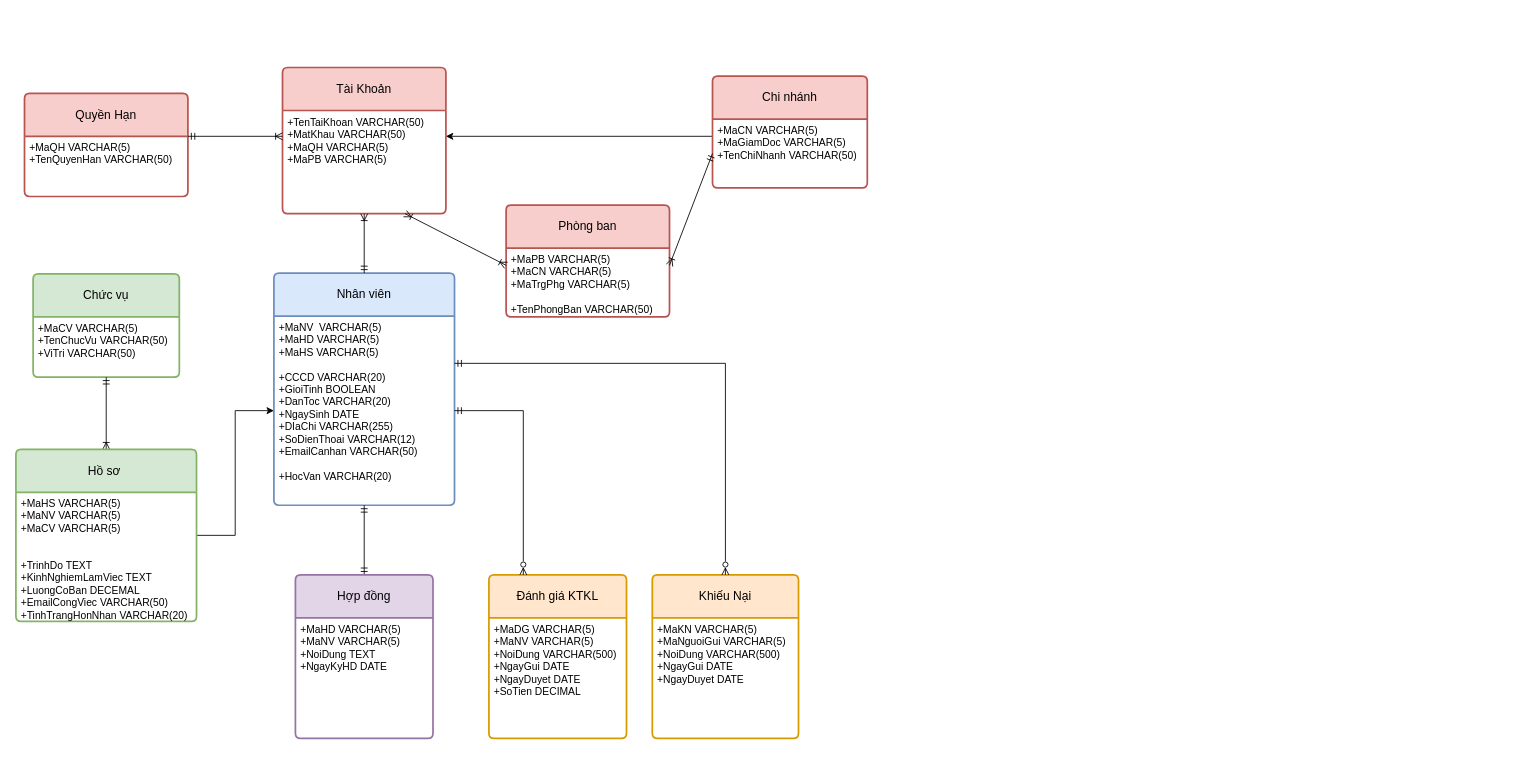
Before: Untitled Diagram.drawio in dunkvippro/Quanlythuexe, a draw.io diagram. Source tidied: cells renumbered, new cells numbered last; positions are measured from the earlier drawing's top-left corner, leaving out a move shared by most shapes. Both pictures are drawn from the tidied source at 86%, with x=0, y=0 at pixel (15, 67).
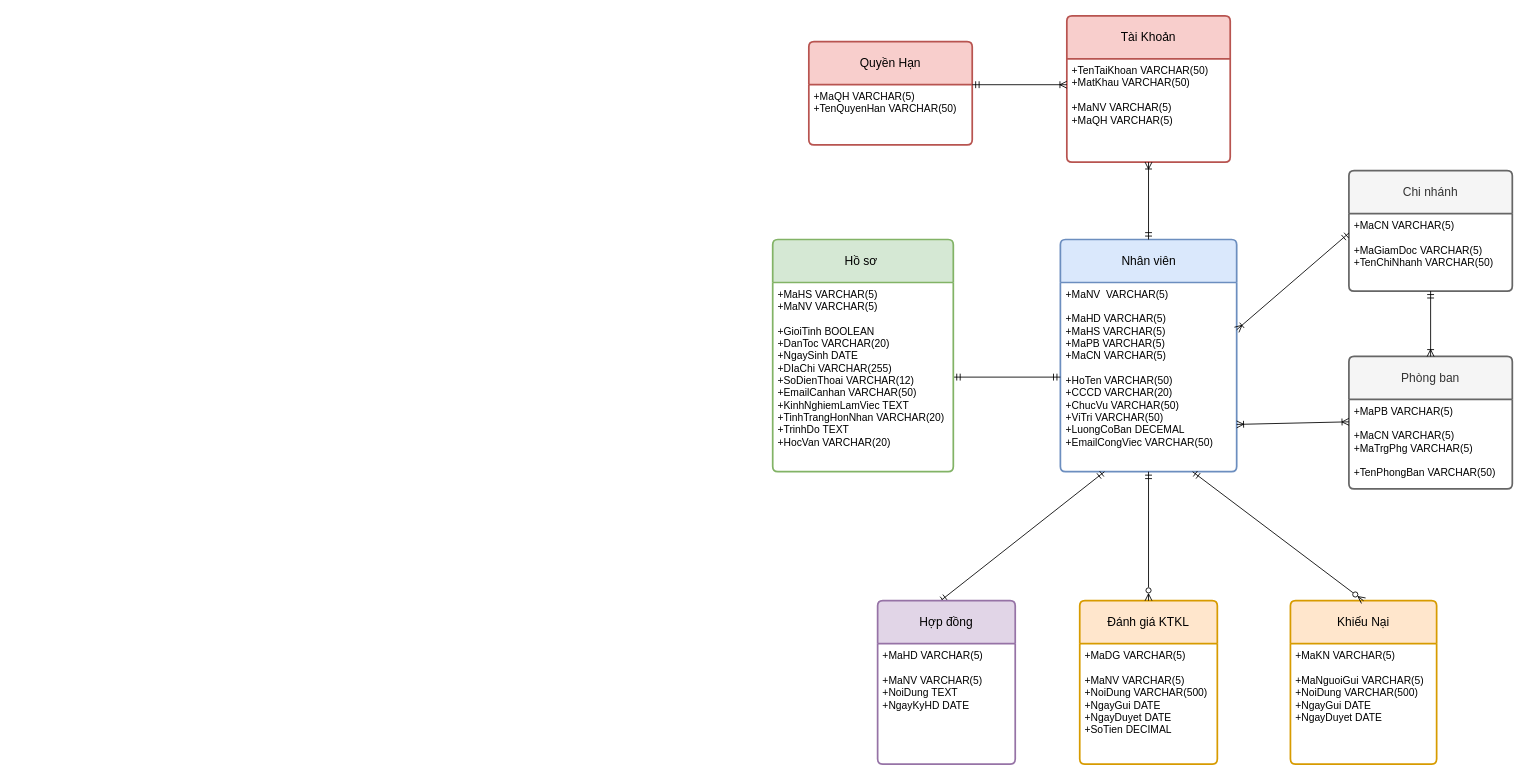
The same page after the edit.

Change to the diagram source:
```diff
@@
     <mxCell id="2" value="Tài Khoản" style="swimlane;horizontal=1;startSize=50;rounded=1;fontSize=14;fontStyle=0;strokeWidth=2;shadow=0;dashed=0;align=center;arcSize=4;whiteSpace=wrap;html=1;fillColor=#f8cecc;strokeColor=#b85450;" parent="1" vertex="1">
-      <mxGeometry x="310" width="190" height="170" as="geometry" />
+      <mxGeometry x="1222" y="-60" width="190" height="170" as="geometry" />
     </mxCell>
-    <mxCell id="3" value="+TenTaiKhoan VARCHAR(50)&lt;br&gt;+MatKhau VARCHAR(50)&lt;br&gt;+MaQH VARCHAR(5)&lt;br&gt;+MaPB VARCHAR(5)" style="align=left;strokeColor=none;fillColor=none;spacingLeft=4;fontSize=12;verticalAlign=top;html=1;" parent="2" vertex="1">
+    <mxCell id="3" value="+TenTaiKhoan VARCHAR(50)&lt;br&gt;+MatKhau VARCHAR(50)&lt;br&gt;&lt;br&gt;+MaNV VARCHAR(5)&lt;br&gt;+MaQH VARCHAR(5)" style="align=left;strokeColor=none;fillColor=none;spacingLeft=4;fontSize=12;verticalAlign=top;html=1;" parent="2" vertex="1">
       <mxGeometry y="50" width="190" height="120" as="geometry" />
     </mxCell>
     <mxCell id="4" value="Quyền Hạn" style="swimlane;horizontal=1;startSize=50;rounded=1;fontSize=14;fontStyle=0;strokeWidth=2;shadow=0;dashed=0;align=center;arcSize=4;whiteSpace=wrap;html=1;fillColor=#f8cecc;strokeColor=#b85450;" parent="1" vertex="1">
-      <mxGeometry x="10" y="30" width="190" height="120" as="geometry" />
+      <mxGeometry x="922" y="-30" width="190" height="120" as="geometry" />
     </mxCell>
@@
     <mxCell id="7" value="Nhân viên" style="swimlane;horizontal=1;startSize=50;rounded=1;fontSize=14;fontStyle=0;strokeWidth=2;shadow=0;dashed=0;align=center;arcSize=4;whiteSpace=wrap;html=1;fillColor=#dae8fc;strokeColor=#6c8ebf;" parent="1" vertex="1">
-      <mxGeometry x="300" y="239" width="210" height="270" as="geometry" />
+      <mxGeometry x="1214.5" y="200" width="205" height="270" as="geometry" />
     </mxCell>
-    <mxCell id="8" value="+MaNV&amp;nbsp; VARCHAR(5)&lt;br&gt;+MaHD VARCHAR(5)&lt;br&gt;+MaHS VARCHAR(5)&lt;br&gt;&lt;br&gt;+CCCD VARCHAR(20)&lt;br&gt;+GioiTinh BOOLEAN&lt;br&gt;+DanToc VARCHAR(20)&lt;br&gt;+NgaySinh DATE&lt;br&gt;+DIaChi VARCHAR(255)&lt;br&gt;+SoDienThoai VARCHAR(12)&lt;br&gt;+EmailCanhan VARCHAR(50)&lt;br&gt;&lt;br&gt;+HocVan VARCHAR(20)" style="align=left;strokeColor=none;fillColor=none;spacingLeft=4;fontSize=12;verticalAlign=top;html=1;" parent="7" vertex="1">
-      <mxGeometry y="50" width="210" height="220" as="geometry" />
+    <mxCell id="8" value="+MaNV&amp;nbsp; VARCHAR(5)&lt;br&gt;&lt;br&gt;+MaHD VARCHAR(5)&lt;br&gt;+MaHS VARCHAR(5)&lt;br&gt;+MaPB VARCHAR(5)&lt;br&gt;+MaCN VARCHAR(5)&lt;br&gt;&lt;br&gt;+HoTen VARCHAR(50)&lt;br&gt;+CCCD VARCHAR(20)&lt;br&gt;+ChucVu VARCHAR(50)&lt;br style=&quot;border-color: var(--border-color);&quot;&gt;+ViTri VARCHAR(50)&lt;br&gt;+LuongCoBan DECEMAL&lt;br style=&quot;border-color: var(--border-color);&quot;&gt;+EmailCongViec VARCHAR(50)" style="align=left;strokeColor=none;fillColor=none;spacingLeft=4;fontSize=12;verticalAlign=top;html=1;" parent="7" vertex="1">
+      <mxGeometry y="50" width="205" height="220" as="geometry" />
     </mxCell>
-    <mxCell id="9" value="Phòng ban" style="swimlane;horizontal=1;startSize=50;rounded=1;fontSize=14;fontStyle=0;strokeWidth=2;shadow=0;dashed=0;align=center;arcSize=4;whiteSpace=wrap;html=1;fillColor=#f8cecc;strokeColor=#b85450;" parent="1" vertex="1">
-      <mxGeometry x="570" y="160" width="190" height="130" as="geometry" />
+    <mxCell id="9" value="Phòng ban" style="swimlane;horizontal=1;startSize=50;rounded=1;fontSize=14;fontStyle=0;strokeWidth=2;shadow=0;dashed=0;align=center;arcSize=4;whiteSpace=wrap;html=1;fillColor=#f5f5f5;strokeColor=#666666;fontColor=#333333;" parent="1" vertex="1">
+      <mxGeometry x="1550" y="336" width="190" height="154" as="geometry" />
     </mxCell>
-    <mxCell id="10" value="+MaPB VARCHAR(5)&lt;br&gt;+MaCN VARCHAR(5)&lt;br&gt;+MaTrgPhg VARCHAR(5)&lt;br&gt;&lt;br&gt;+TenPhongBan VARCHAR(50)" style="align=left;strokeColor=none;fillColor=none;spacingLeft=4;fontSize=12;verticalAlign=top;html=1;" parent="9" vertex="1">
-      <mxGeometry y="50" width="190" height="80" as="geometry" />
+    <mxCell id="10" value="+MaPB VARCHAR(5)&lt;br&gt;&lt;br&gt;+MaCN VARCHAR(5)&lt;br&gt;+MaTrgPhg VARCHAR(5)&lt;br&gt;&lt;br&gt;+TenPhongBan VARCHAR(50)" style="align=left;strokeColor=none;fillColor=none;spacingLeft=4;fontSize=12;verticalAlign=top;html=1;" parent="9" vertex="1">
+      <mxGeometry y="50" width="190" height="104" as="geometry" />
     </mxCell>
-    <mxCell id="11" style="rounded=0;jettySize=auto;html=1;entryX=1;entryY=0.25;entryDx=0;entryDy=0;exitX=0;exitY=0.25;exitDx=0;exitDy=0;" parent="1" edge="1" source="13" target="3">
-      <mxGeometry relative="1" as="geometry" />
-    </mxCell>
-    <mxCell id="12" value="Chi nhánh" style="swimlane;horizontal=1;startSize=50;rounded=1;fontSize=14;fontStyle=0;strokeWidth=2;shadow=0;dashed=0;align=center;arcSize=4;whiteSpace=wrap;html=1;fillColor=#f8cecc;strokeColor=#b85450;" parent="1" vertex="1">
-      <mxGeometry x="810" y="10" width="180" height="130" as="geometry" />
+    <mxCell id="12" value="Chi nhánh" style="swimlane;horizontal=1;startSize=50;rounded=1;fontSize=14;fontStyle=0;strokeWidth=2;shadow=0;dashed=0;align=center;arcSize=4;whiteSpace=wrap;html=1;fillColor=#f5f5f5;strokeColor=#666666;fontColor=#333333;" parent="1" vertex="1">
+      <mxGeometry x="1550" y="120" width="190" height="140" as="geometry" />
     </mxCell>
-    <mxCell id="13" value="+MaCN VARCHAR(5)&lt;br&gt;+MaGiamDoc VARCHAR(5)&lt;br&gt;+TenChiNhanh VARCHAR(50)" style="align=left;strokeColor=none;fillColor=none;spacingLeft=4;fontSize=12;verticalAlign=top;html=1;" parent="12" vertex="1">
-      <mxGeometry y="50" width="180" height="80" as="geometry" />
+    <mxCell id="13" value="+MaCN VARCHAR(5)&lt;br&gt;&lt;br&gt;+MaGiamDoc VARCHAR(5)&lt;br&gt;+TenChiNhanh VARCHAR(50)" style="align=left;strokeColor=none;fillColor=none;spacingLeft=4;fontSize=12;verticalAlign=top;html=1;" parent="12" vertex="1">
+      <mxGeometry y="50" width="190" height="90" as="geometry" />
     </mxCell>
-    <mxCell id="14" value="Chức vụ" style="swimlane;horizontal=1;startSize=50;rounded=1;fontSize=14;fontStyle=0;strokeWidth=2;shadow=0;dashed=0;align=center;arcSize=4;whiteSpace=wrap;html=1;fillColor=#d5e8d4;strokeColor=#82b366;" parent="1" vertex="1">
-      <mxGeometry x="20" y="240" width="170" height="120" as="geometry" />
-    </mxCell>
-    <mxCell id="15" value="+MaCV VARCHAR(5)&lt;br&gt;+TenChucVu VARCHAR(50)&lt;br&gt;+ViTri VARCHAR(50)" style="align=left;strokeColor=none;fillColor=none;spacingLeft=4;fontSize=12;verticalAlign=top;html=1;" parent="14" vertex="1">
-      <mxGeometry y="50" width="170" height="70" as="geometry" />
-    </mxCell>
     <mxCell id="16" value="Đánh giá KTKL" style="swimlane;horizontal=1;startSize=50;rounded=1;fontSize=14;fontStyle=0;strokeWidth=2;shadow=0;dashed=0;align=center;arcSize=4;whiteSpace=wrap;html=1;fillColor=#ffe6cc;strokeColor=#d79b00;" parent="1" vertex="1">
-      <mxGeometry x="550" y="590" width="160" height="190" as="geometry" />
+      <mxGeometry x="1237" y="620" width="160" height="190" as="geometry" />
     </mxCell>
-    <mxCell id="17" value="+MaDG VARCHAR(5)&lt;br&gt;+MaNV VARCHAR(5)&lt;br&gt;+NoiDung VARCHAR(500)&lt;br&gt;+NgayGui DATE&lt;br&gt;+NgayDuyet DATE&lt;br&gt;+SoTien DECIMAL" style="align=left;strokeColor=none;fillColor=none;spacingLeft=4;fontSize=12;verticalAlign=top;html=1;" parent="16" vertex="1">
+    <mxCell id="17" value="+MaDG VARCHAR(5)&lt;br&gt;&lt;br&gt;+MaNV VARCHAR(5)&lt;br&gt;+NoiDung VARCHAR(500)&lt;br&gt;+NgayGui DATE&lt;br&gt;+NgayDuyet DATE&lt;br&gt;+SoTien DECIMAL" style="align=left;strokeColor=none;fillColor=none;spacingLeft=4;fontSize=12;verticalAlign=top;html=1;" parent="16" vertex="1">
       <mxGeometry y="50" width="160" height="140" as="geometry" />
     </mxCell>
     <mxCell id="18" value="Khiếu Nại" style="swimlane;horizontal=1;startSize=50;rounded=1;fontSize=14;fontStyle=0;strokeWidth=2;shadow=0;dashed=0;align=center;arcSize=4;whiteSpace=wrap;html=1;fillColor=#ffe6cc;strokeColor=#d79b00;" parent="1" vertex="1">
-      <mxGeometry x="740" y="590" width="170" height="190" as="geometry" />
+      <mxGeometry x="1482" y="620" width="170" height="190" as="geometry" />
     </mxCell>
-    <mxCell id="19" value="+MaKN VARCHAR(5)&lt;br&gt;+MaNguoiGui VARCHAR(5)&lt;br&gt;+NoiDung VARCHAR(500)&lt;br&gt;+NgayGui DATE&lt;br&gt;+NgayDuyet DATE" style="align=left;strokeColor=none;fillColor=none;spacingLeft=4;fontSize=12;verticalAlign=top;html=1;" parent="18" vertex="1">
+    <mxCell id="19" value="+MaKN VARCHAR(5)&lt;br&gt;&lt;br&gt;+MaNguoiGui VARCHAR(5)&lt;br&gt;+NoiDung VARCHAR(500)&lt;br&gt;+NgayGui DATE&lt;br&gt;+NgayDuyet DATE" style="align=left;strokeColor=none;fillColor=none;spacingLeft=4;fontSize=12;verticalAlign=top;html=1;" parent="18" vertex="1">
       <mxGeometry y="50" width="170" height="140" as="geometry" />
     </mxCell>
-    <mxCell id="20" style="fontSize=12;html=1;endArrow=ERmandOne;startArrow=ERoneToMany;rounded=0;entryX=0;entryY=0.5;entryDx=0;entryDy=0;exitX=1;exitY=0.25;exitDx=0;exitDy=0;endFill=0;startFill=0;" parent="1" edge="1" source="10" target="13">
+    <mxCell id="20" style="fontSize=12;html=1;endArrow=ERmandOne;startArrow=ERoneToMany;rounded=0;entryX=0.5;entryY=1;entryDx=0;entryDy=0;exitX=0.5;exitY=0;exitDx=0;exitDy=0;endFill=0;startFill=0;" parent="1" edge="1" source="9" target="13">
       <mxGeometry relative="1" as="geometry" />
     </mxCell>
-    <mxCell id="21" style="fontSize=12;html=1;endArrow=ERoneToMany;startArrow=ERmandOne;rounded=0;entryX=0.5;entryY=0;entryDx=0;entryDy=0;exitX=0.5;exitY=1;exitDx=0;exitDy=0;endFill=0;" parent="1" edge="1" source="15" target="27">
-      <mxGeometry relative="1" as="geometry" />
-    </mxCell>
@@
-    <mxCell id="23" style="fontSize=12;html=1;endArrow=ERoneToMany;startArrow=ERoneToMany;rounded=0;entryX=0;entryY=0.25;entryDx=0;entryDy=0;endFill=0;startFill=0;exitX=0.75;exitY=1;exitDx=0;exitDy=0;" parent="1" edge="1" source="3" target="10">
+    <mxCell id="23" style="fontSize=12;html=1;endArrow=ERoneToMany;startArrow=ERoneToMany;rounded=0;entryX=0;entryY=0.25;entryDx=0;entryDy=0;endFill=0;startFill=0;exitX=1;exitY=0.75;exitDx=0;exitDy=0;" parent="1" edge="1" source="8" target="10">
       <mxGeometry relative="1" as="geometry" />
     </mxCell>
-    <mxCell id="24" style="edgeStyle=orthogonalEdgeStyle;rounded=0;jettySize=auto;html=1;exitX=1;exitY=0.5;exitDx=0;exitDy=0;entryX=0.25;entryY=0;entryDx=0;entryDy=0;endArrow=ERzeroToMany;endFill=0;startArrow=ERmandOne;startFill=0;" parent="1" edge="1" source="8" target="16">
+    <mxCell id="24" style="rounded=0;jettySize=auto;html=1;exitX=0.5;exitY=1;exitDx=0;exitDy=0;entryX=0.5;entryY=0;entryDx=0;entryDy=0;endArrow=ERzeroToMany;endFill=0;startArrow=ERmandOne;startFill=0;" parent="1" edge="1" source="8" target="16">
       <mxGeometry relative="1" as="geometry" />
     </mxCell>
-    <mxCell id="25" style="edgeStyle=orthogonalEdgeStyle;rounded=0;jettySize=auto;html=1;exitX=1;exitY=0.25;exitDx=0;exitDy=0;entryX=0.5;entryY=0;entryDx=0;entryDy=0;endArrow=ERzeroToMany;endFill=0;startArrow=ERmandOne;startFill=0;" parent="1" edge="1" source="8" target="18">
+    <mxCell id="25" style="rounded=0;jettySize=auto;html=1;exitX=0.75;exitY=1;exitDx=0;exitDy=0;entryX=0.5;entryY=0;entryDx=0;entryDy=0;endArrow=ERzeroToMany;endFill=0;startArrow=ERmandOne;startFill=0;" parent="1" edge="1" source="8" target="18">
       <mxGeometry relative="1" as="geometry" />
     </mxCell>
-    <mxCell id="26" style="edgeStyle=orthogonalEdgeStyle;rounded=0;jettySize=auto;html=1;entryX=0;entryY=0.5;entryDx=0;entryDy=0;" parent="1" edge="1" source="27" target="8">
+    <mxCell id="26" style="rounded=0;jettySize=auto;html=1;entryX=0;entryY=0.5;entryDx=0;entryDy=0;endArrow=ERmandOne;endFill=0;startArrow=ERmandOne;startFill=0;exitX=1;exitY=0.5;exitDx=0;exitDy=0;" parent="1" edge="1" source="28" target="8">
       <mxGeometry relative="1" as="geometry" />
     </mxCell>
     <mxCell id="27" value="Hồ sơ&amp;nbsp;" style="swimlane;horizontal=1;startSize=50;rounded=1;fontSize=14;fontStyle=0;strokeWidth=2;shadow=0;dashed=0;align=center;arcSize=4;whiteSpace=wrap;html=1;fillColor=#d5e8d4;strokeColor=#82b366;" parent="1" vertex="1">
-      <mxGeometry y="444" width="210" height="200" as="geometry" />
+      <mxGeometry x="880" y="200" width="210" height="270" as="geometry" />
     </mxCell>
-    <mxCell id="28" value="+MaHS VARCHAR(5)&lt;br&gt;+MaNV VARCHAR(5)&lt;br&gt;+MaCV VARCHAR(5)&lt;br&gt;&lt;br&gt;&lt;br&gt;+TrinhDo TEXT&lt;br&gt;+KinhNghiemLamViec TEXT&lt;br&gt;+LuongCoBan DECEMAL&lt;br&gt;+EmailCongViec VARCHAR(50)&lt;br&gt;+TinhTrangHonNhan VARCHAR(20)" style="align=left;strokeColor=none;fillColor=none;spacingLeft=4;fontSize=12;verticalAlign=top;html=1;" parent="27" vertex="1">
-      <mxGeometry y="50" width="210" height="150" as="geometry" />
+    <mxCell id="28" value="+MaHS VARCHAR(5)&lt;br&gt;+MaNV VARCHAR(5)&lt;br&gt;&lt;br style=&quot;border-color: var(--border-color);&quot;&gt;+GioiTinh BOOLEAN&lt;br style=&quot;border-color: var(--border-color);&quot;&gt;+DanToc VARCHAR(20)&lt;br style=&quot;border-color: var(--border-color);&quot;&gt;+NgaySinh DATE&lt;br style=&quot;border-color: var(--border-color);&quot;&gt;+DIaChi VARCHAR(255)&lt;br style=&quot;border-color: var(--border-color);&quot;&gt;+SoDienThoai VARCHAR(12)&lt;br style=&quot;border-color: var(--border-color);&quot;&gt;+EmailCanhan VARCHAR(50)&lt;br&gt;+KinhNghiemLamViec TEXT&lt;br&gt;+TinhTrangHonNhan VARCHAR(20)&lt;br&gt;+TrinhDo TEXT&lt;br style=&quot;border-color: var(--border-color);&quot;&gt;+HocVan VARCHAR(20)" style="align=left;strokeColor=none;fillColor=none;spacingLeft=4;fontSize=12;verticalAlign=top;html=1;" parent="27" vertex="1">
+      <mxGeometry y="50" width="210" height="220" as="geometry" />
     </mxCell>
-    <mxCell id="29" style="rounded=0;jettySize=auto;html=1;entryX=0.5;entryY=1;entryDx=0;entryDy=0;endArrow=ERmandOne;endFill=0;startArrow=ERmandOne;startFill=0;" parent="1" edge="1" source="30" target="8">
+    <mxCell id="29" style="rounded=0;jettySize=auto;html=1;entryX=0.25;entryY=1;entryDx=0;entryDy=0;endArrow=ERmandOne;endFill=0;startArrow=ERmandOne;startFill=0;exitX=0.45;exitY=0.005;exitDx=0;exitDy=0;exitPerimeter=0;" parent="1" edge="1" source="30" target="8">
       <mxGeometry relative="1" as="geometry" />
     </mxCell>
     <mxCell id="30" value="Hợp đồng" style="swimlane;horizontal=1;startSize=50;rounded=1;fontSize=14;fontStyle=0;strokeWidth=2;shadow=0;dashed=0;align=center;arcSize=4;whiteSpace=wrap;html=1;fillColor=#e1d5e7;strokeColor=#9673a6;" parent="1" vertex="1">
-      <mxGeometry x="325" y="590" width="160" height="190" as="geometry" />
+      <mxGeometry x="1002" y="620" width="160" height="190" as="geometry" />
     </mxCell>
-    <mxCell id="31" value="+MaHD VARCHAR(5)&lt;br&gt;+MaNV VARCHAR(5)&lt;br&gt;+NoiDung TEXT&lt;br&gt;+NgayKyHD DATE" style="align=left;strokeColor=none;fillColor=none;spacingLeft=4;fontSize=12;verticalAlign=top;html=1;" parent="30" vertex="1">
+    <mxCell id="31" value="+MaHD VARCHAR(5)&lt;br&gt;&lt;br&gt;+MaNV VARCHAR(5)&lt;br&gt;+NoiDung TEXT&lt;br&gt;+NgayKyHD DATE" style="align=left;strokeColor=none;fillColor=none;spacingLeft=4;fontSize=12;verticalAlign=top;html=1;" parent="30" vertex="1">
       <mxGeometry y="50" width="160" height="140" as="geometry" />
     </mxCell>
+    <mxCell id="11" style="rounded=0;jettySize=auto;html=1;entryX=0;entryY=0.25;entryDx=0;entryDy=0;exitX=1;exitY=0.25;exitDx=0;exitDy=0;endArrow=ERmandOne;endFill=0;startArrow=ERoneToMany;startFill=0;" parent="1" edge="1" source="8" target="13">
+      <mxGeometry relative="1" as="geometry" />
+    </mxCell>
```
